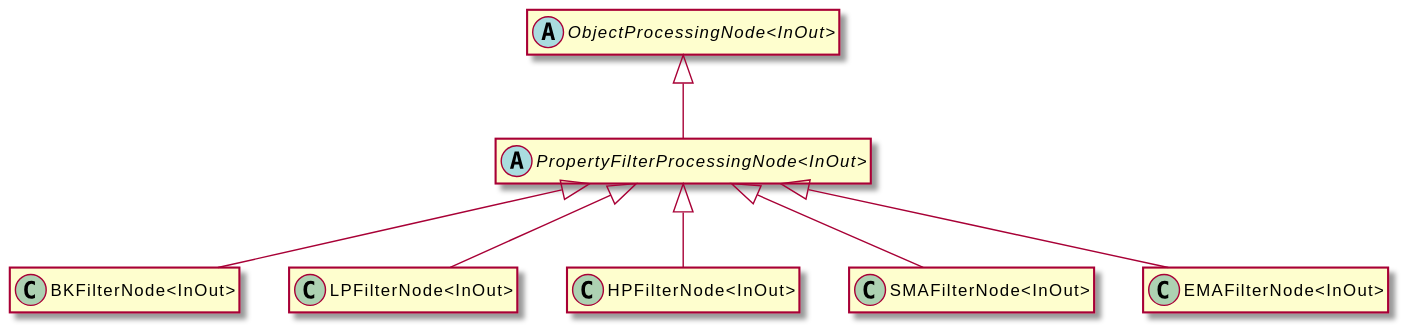
Before: assets/PropertyFilterProcessingNode-umlClassDiagram-13743.svg, a diagram exported from PlantUML (OpenHPS/openhps-core). Source of this version:
```plantuml
@startuml
skinparam BackgroundColor transparent
hide empty methods
hide empty fields
abstract class "PropertyFilterProcessingNode<InOut>" {
}
abstract class "ObjectProcessingNode<InOut>" {
}
"ObjectProcessingNode<InOut>" <|-- "PropertyFilterProcessingNode<InOut>"
class "BKFilterNode<InOut>" {
}
"PropertyFilterProcessingNode<InOut>" <|-- "BKFilterNode<InOut>"
class "LPFilterNode<InOut>" {
}
"PropertyFilterProcessingNode<InOut>" <|-- "LPFilterNode<InOut>"
class "HPFilterNode<InOut>" {
}
"PropertyFilterProcessingNode<InOut>" <|-- "HPFilterNode<InOut>"
class "SMAFilterNode<InOut>" {
}
"PropertyFilterProcessingNode<InOut>" <|-- "SMAFilterNode<InOut>"
class "EMAFilterNode<InOut>" {
}
"PropertyFilterProcessingNode<InOut>" <|-- "EMAFilterNode<InOut>"
@enduml
```
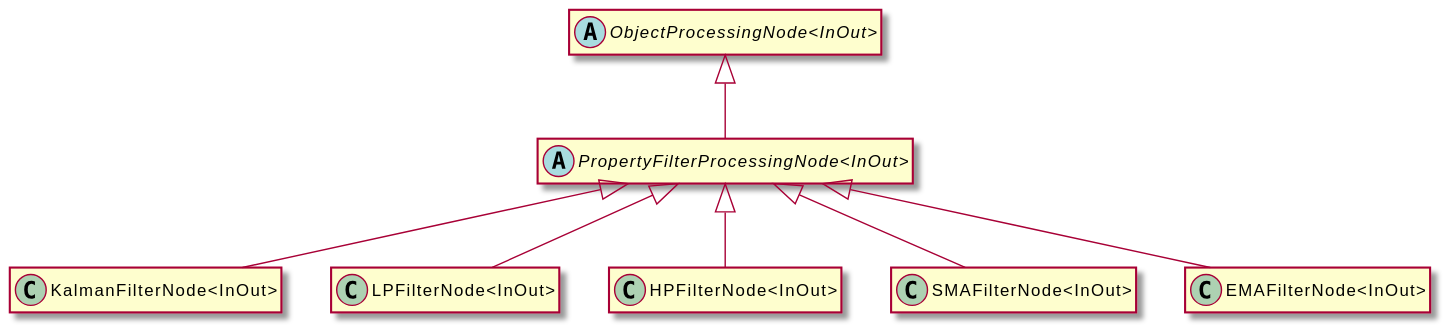
The same diagram one commit later.

Change to the diagram source:
```diff
@@ -7,9 +7,9 @@
 abstract class "ObjectProcessingNode<InOut>" {
 }
 "ObjectProcessingNode<InOut>" <|-- "PropertyFilterProcessingNode<InOut>"
-class "BKFilterNode<InOut>" {
+class "KalmanFilterNode<InOut>" {
 }
-"PropertyFilterProcessingNode<InOut>" <|-- "BKFilterNode<InOut>"
+"PropertyFilterProcessingNode<InOut>" <|-- "KalmanFilterNode<InOut>"
 class "LPFilterNode<InOut>" {
 }
 "PropertyFilterProcessingNode<InOut>" <|-- "LPFilterNode<InOut>"
```
